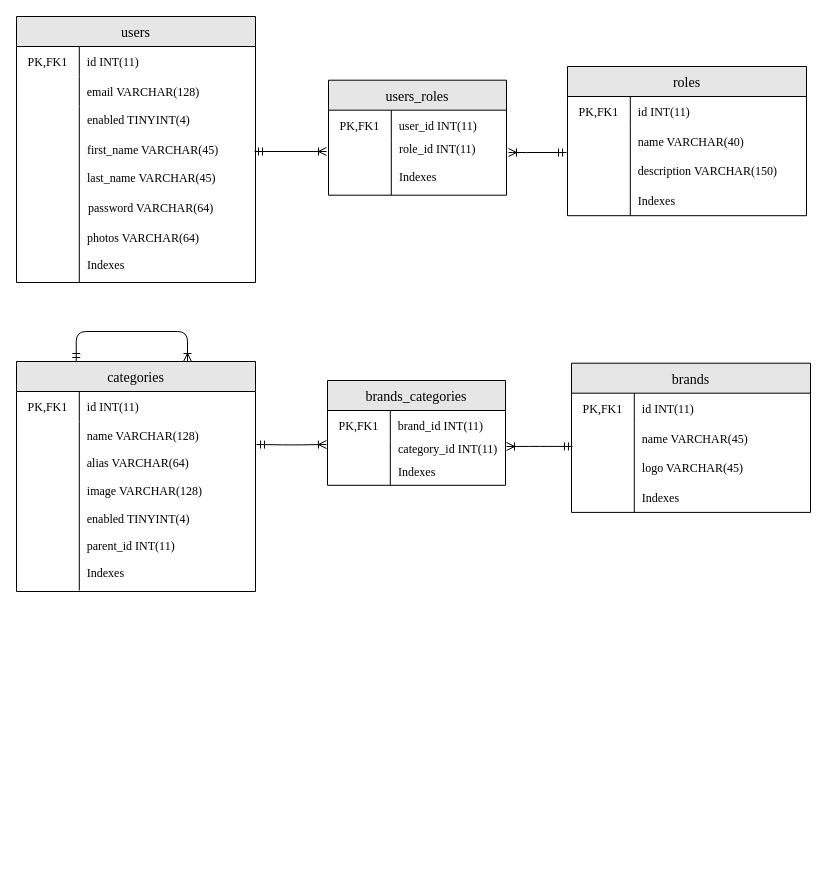
This is page "Admin-ER-01" (2 of 2) of 03-Solution Design/02-Use Case, Classes, Database/ER Diagram.drawio from Chufeng-Jiang/Java_SpringBoot_DubaiShop_E-Commerce, a draw.io file, before an edit. Source tidied: cells renumbered, new cells numbered last; positions are measured from the earlier drawing's top-left corner, leaving out a move shared by most shapes. Both pictures are drawn from the tidied source at 100%, with x=0, y=0 at pixel (16, 16).
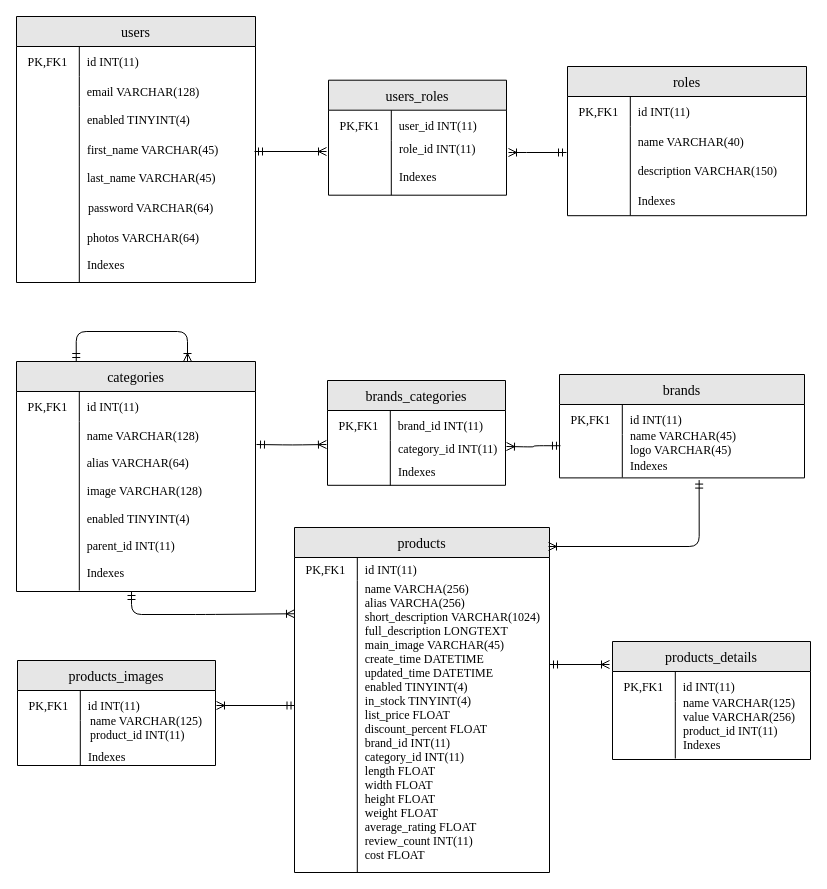
The same page after the edit.

Commit message (it also covers changes not shown here):
Add ER-Product Module

Diff of the diagram source:
```diff
@@
     <mxCell id="70" style="group;" parent="1" vertex="1">
-      <mxGeometry x="555" y="346.7" width="239" height="149.2" as="geometry" />
+      <mxGeometry x="560" y="356" width="245" height="101" as="geometry" />
     </mxCell>
     <mxCell id="71" value="brands" style="shape=table;startSize=30;childLayout=tableLayout;rowLines=0;fontStyle=0;align=center;labelBackgroundColor=none;fontFamily=Times New Roman;fontSize=14;fillColor=#E6E6E6;" parent="70" vertex="1">
-      <mxGeometry width="239" height="149.2" as="geometry" />
+      <mxGeometry x="-17" y="2" width="245" height="103.4" as="geometry" />
     </mxCell>
     <mxCell id="72" style="shape=tableRow;horizontal=0;startSize=0;swimlaneHead=0;swimlaneBody=0;fillColor=none;top=0;left=0;right=0;bottom=0;labelBackgroundColor=none;fontFamily=Times New Roman;" parent="71" vertex="1">
-      <mxGeometry y="30" width="239" height="30" as="geometry" />
+      <mxGeometry y="30" width="245" height="30" as="geometry" />
     </mxCell>
@@
     <mxCell id="74" value="id INT(11) " style="shape=partialRectangle;fillColor=none;top=0;left=0;bottom=0;right=0;align=left;spacingLeft=6;fontStyle=0;overflow=hidden;labelBackgroundColor=none;fontFamily=Times New Roman;" parent="72" vertex="1">
-      <mxGeometry x="62.8" width="176.2" height="30" as="geometry" />
+      <mxGeometry x="62.8" width="182.2" height="30" as="geometry" />
     </mxCell>
     <mxCell id="75" style="shape=tableRow;horizontal=0;startSize=0;swimlaneHead=0;swimlaneBody=0;fillColor=none;points=[[0,0.5],[1,0.5]];portConstraint=eastwest;top=0;left=0;right=0;bottom=0;labelBackgroundColor=none;fontFamily=Times New Roman;" parent="71" vertex="1">
-      <mxGeometry y="60" width="239" height="89" as="geometry" />
+      <mxGeometry y="60" width="245" height="43" as="geometry" />
     </mxCell>
     <mxCell id="76" style="shape=partialRectangle;fillColor=none;top=0;left=0;bottom=0;right=0;overflow=hidden;labelBackgroundColor=none;fontFamily=Times New Roman;" parent="75" vertex="1">
-      <mxGeometry width="62.8" height="89" as="geometry" />
+      <mxGeometry width="62.8" height="43" as="geometry" />
     </mxCell>
     <mxCell id="77" style="shape=partialRectangle;fillColor=none;top=0;left=0;bottom=0;right=0;align=left;spacingLeft=6;overflow=hidden;labelBackgroundColor=none;fontFamily=Times New Roman;" parent="75" vertex="1">
-      <mxGeometry x="62.8" width="176.2" height="89" as="geometry" />
+      <mxGeometry x="62.8" width="182.2" height="43" as="geometry" />
     </mxCell>
+    <mxCell id="80" value="Indexes" style="shape=partialRectangle;fillColor=none;top=0;left=0;bottom=0;right=0;align=left;spacingLeft=6;fontStyle=0;overflow=hidden;labelBackgroundColor=none;fontFamily=Times New Roman;" parent="70" vertex="1">
+      <mxGeometry x="46" y="82.8" width="177.7" height="20.2" as="geometry" />
+    </mxCell>
-    <mxCell id="78" value="name VARCHAR(45)" style="shape=partialRectangle;fillColor=none;top=0;left=0;bottom=0;right=0;align=left;spacingLeft=6;fontStyle=0;overflow=hidden;labelBackgroundColor=none;fontFamily=Times New Roman;" parent="70" vertex="1">
-      <mxGeometry x="62.8" y="60" width="176.2" height="30" as="geometry" />
+    <mxCell id="78" value="name VARCHAR(45)&#10;logo VARCHAR(45)" style="shape=partialRectangle;fillColor=none;top=0;left=0;bottom=0;right=0;align=left;spacingLeft=6;fontStyle=0;overflow=hidden;labelBackgroundColor=none;fontFamily=Times New Roman;" parent="70" vertex="1">
+      <mxGeometry x="46" y="55" width="174.7" height="30.3" as="geometry" />
     </mxCell>
-    <mxCell id="79" value="logo VARCHAR(45)" style="shape=partialRectangle;fillColor=none;top=0;left=0;bottom=0;right=0;align=left;spacingLeft=6;fontStyle=0;overflow=hidden;labelBackgroundColor=none;fontFamily=Times New Roman;" parent="70" vertex="1">
-      <mxGeometry x="62.8" y="89" width="176.2" height="30" as="geometry" />
-    </mxCell>
-    <mxCell id="80" value="Indexes" style="shape=partialRectangle;fillColor=none;top=0;left=0;bottom=0;right=0;align=left;spacingLeft=6;fontStyle=0;overflow=hidden;labelBackgroundColor=none;fontFamily=Times New Roman;" parent="70" vertex="1">
-      <mxGeometry x="62.8" y="119" width="176.2" height="30" as="geometry" />
-    </mxCell>
@@
+    <mxCell id="83" value="products" style="shape=table;startSize=30;childLayout=tableLayout;rowLines=0;fontStyle=0;align=center;labelBackgroundColor=none;fontFamily=Times New Roman;fontSize=14;fillColor=#E6E6E6;" parent="1" vertex="1">
+      <mxGeometry x="278" y="511" width="255" height="345" as="geometry" />
+    </mxCell>
+    <mxCell id="84" style="shape=tableRow;horizontal=0;startSize=0;swimlaneHead=0;swimlaneBody=0;fillColor=none;top=0;left=0;right=0;bottom=0;labelBackgroundColor=none;fontFamily=Times New Roman;" parent="83" vertex="1">
+      <mxGeometry y="30" width="255" height="23" as="geometry" />
+    </mxCell>
+    <mxCell id="85" value="PK,FK1" style="shape=partialRectangle;fillColor=none;top=0;left=0;bottom=0;right=0;fontStyle=0;overflow=hidden;labelBackgroundColor=none;fontFamily=Times New Roman;" parent="84" vertex="1">
+      <mxGeometry width="62.8" height="23" as="geometry" />
+    </mxCell>
+    <mxCell id="86" value="id INT(11) " style="shape=partialRectangle;fillColor=none;top=0;left=0;bottom=0;right=0;align=left;spacingLeft=6;fontStyle=0;overflow=hidden;labelBackgroundColor=none;fontFamily=Times New Roman;" parent="84" vertex="1">
+      <mxGeometry x="62.8" width="192.2" height="23" as="geometry" />
+    </mxCell>
+    <mxCell id="87" style="shape=tableRow;horizontal=0;startSize=0;swimlaneHead=0;swimlaneBody=0;fillColor=none;points=[[0,0.5],[1,0.5]];portConstraint=eastwest;top=0;left=0;right=0;bottom=0;labelBackgroundColor=none;fontFamily=Times New Roman;" parent="83" vertex="1">
+      <mxGeometry y="53" width="255" height="292" as="geometry" />
+    </mxCell>
+    <mxCell id="88" style="shape=partialRectangle;fillColor=none;top=0;left=0;bottom=0;right=0;overflow=hidden;labelBackgroundColor=none;fontFamily=Times New Roman;" parent="87" vertex="1">
+      <mxGeometry width="62.8" height="292" as="geometry" />
+    </mxCell>
+    <mxCell id="89" value="name VARCHA(256)&#10;alias VARCHA(256)&#10;short_description VARCHAR(1024)&#10;full_description LONGTEXT&#10;main_image VARCHAR(45)&#10;create_time DATETIME&#10;updated_time DATETIME&#10;enabled TINYINT(4)&#10;in_stock TINYINT(4)&#10;list_price FLOAT&#10;discount_percent FLOAT&#10;brand_id INT(11)&#10;category_id INT(11)&#10;length FLOAT&#10;width FLOAT&#10;height FLOAT&#10;weight FLOAT&#10;average_rating FLOAT&#10;review_count INT(11)&#10;cost FLOAT&#10;&#10;" style="shape=partialRectangle;fillColor=none;top=0;left=0;bottom=0;right=0;align=left;spacingLeft=6;overflow=hidden;labelBackgroundColor=none;fontFamily=Times New Roman;" parent="87" vertex="1">
+      <mxGeometry x="62.8" width="192.2" height="292" as="geometry" />
+    </mxCell>
+    <mxCell id="90" style="edgeStyle=orthogonalEdgeStyle;html=1;endArrow=ERoneToMany;startArrow=ERmandOne;labelBackgroundColor=none;fontFamily=Verdana;fontSize=14;entryX=0;entryY=0.25;entryDx=0;entryDy=0;" parent="1" edge="1" target="83">
+      <mxGeometry relative="1" as="geometry">
+        <mxPoint x="115" y="575" as="sourcePoint" />
+        <Array as="points">
+          <mxPoint x="115" y="598" />
+          <mxPoint x="189" y="598" />
+          <mxPoint x="294" y="597" />
+        </Array>
+      </mxGeometry>
+    </mxCell>
+    <mxCell id="91" style="edgeStyle=orthogonalEdgeStyle;html=1;endArrow=ERoneToMany;startArrow=ERmandOne;labelBackgroundColor=none;fontFamily=Verdana;fontSize=14;exitX=0.57;exitY=1.06;exitDx=0;exitDy=0;exitPerimeter=0;" parent="1" edge="1" source="75">
+      <mxGeometry relative="1" as="geometry">
+        <mxPoint x="532" y="530" as="targetPoint" />
+        <Array as="points">
+          <mxPoint x="683" y="530" />
+        </Array>
+      </mxGeometry>
+    </mxCell>
+    <mxCell id="92" style="group;" parent="1" vertex="1">
+      <mxGeometry x="1" y="644" width="198" height="114.7" as="geometry" />
+    </mxCell>
+    <mxCell id="93" value="products_images" style="shape=table;startSize=30;childLayout=tableLayout;rowLines=0;fontStyle=0;align=center;labelBackgroundColor=none;fontFamily=Times New Roman;fontSize=14;fillColor=#E6E6E6;" parent="92" vertex="1">
+      <mxGeometry width="198" height="105" as="geometry" />
+    </mxCell>
+    <mxCell id="94" style="shape=tableRow;horizontal=0;startSize=0;swimlaneHead=0;swimlaneBody=0;fillColor=none;top=0;left=0;right=0;bottom=0;labelBackgroundColor=none;fontFamily=Times New Roman;" parent="93" vertex="1">
+      <mxGeometry y="30" width="198" height="30" as="geometry" />
+    </mxCell>
+    <mxCell id="95" value="PK,FK1" style="shape=partialRectangle;fillColor=none;top=0;left=0;bottom=0;right=0;fontStyle=0;overflow=hidden;labelBackgroundColor=none;fontFamily=Times New Roman;" parent="94" vertex="1">
+      <mxGeometry width="62.8" height="30" as="geometry" />
+    </mxCell>
+    <mxCell id="96" value="id INT(11) " style="shape=partialRectangle;fillColor=none;top=0;left=0;bottom=0;right=0;align=left;spacingLeft=6;fontStyle=0;overflow=hidden;labelBackgroundColor=none;fontFamily=Times New Roman;" parent="94" vertex="1">
+      <mxGeometry x="62.8" width="135.2" height="30" as="geometry" />
+    </mxCell>
+    <mxCell id="97" style="shape=tableRow;horizontal=0;startSize=0;swimlaneHead=0;swimlaneBody=0;fillColor=none;top=0;left=0;right=0;bottom=0;labelBackgroundColor=none;fontFamily=Times New Roman;" parent="93" vertex="1">
+      <mxGeometry y="60" width="198" height="45" as="geometry" />
+    </mxCell>
+    <mxCell id="98" style="shape=partialRectangle;fillColor=none;top=0;left=0;bottom=0;right=0;overflow=hidden;labelBackgroundColor=none;fontFamily=Times New Roman;" parent="97" vertex="1">
+      <mxGeometry width="62.8" height="45" as="geometry" />
+    </mxCell>
+    <mxCell id="99" style="shape=partialRectangle;fillColor=none;top=0;left=0;bottom=0;right=0;align=left;spacingLeft=6;overflow=hidden;labelBackgroundColor=none;fontFamily=Times New Roman;" parent="97" vertex="1">
+      <mxGeometry x="62.8" width="135.2" height="45" as="geometry" />
+    </mxCell>
+    <mxCell id="100" value="name VARCHAR(125)&#10;product_id INT(11)&#10;" style="shape=partialRectangle;fillColor=none;top=0;left=0;bottom=0;right=0;align=left;spacingLeft=6;fontStyle=0;overflow=hidden;labelBackgroundColor=none;fontFamily=Times New Roman;" parent="92" vertex="1">
+      <mxGeometry x="65" y="52.4" width="127" height="31" as="geometry" />
+    </mxCell>
+    <mxCell id="101" value="Indexes" style="shape=partialRectangle;fillColor=none;top=0;left=0;bottom=0;right=0;align=left;spacingLeft=6;fontStyle=0;overflow=hidden;labelBackgroundColor=none;fontFamily=Times New Roman;" parent="92" vertex="1">
+      <mxGeometry x="63" y="83.3" width="112" height="24.6" as="geometry" />
+    </mxCell>
+    <mxCell id="102" style="edgeStyle=orthogonalEdgeStyle;html=1;endArrow=ERoneToMany;startArrow=ERmandOne;labelBackgroundColor=none;fontFamily=Verdana;fontSize=14;exitX=0.002;exitY=0.429;exitDx=0;exitDy=0;exitPerimeter=0;" parent="1" edge="1" source="87">
+      <mxGeometry relative="1" as="geometry">
+        <mxPoint x="200" y="689" as="targetPoint" />
+        <Array as="points">
+          <mxPoint x="200" y="689" />
+        </Array>
+      </mxGeometry>
+    </mxCell>
+    <mxCell id="103" style="group;" parent="1" vertex="1">
+      <mxGeometry x="596" y="625" width="198" height="133" as="geometry" />
+    </mxCell>
+    <mxCell id="104" value="products_details" style="shape=table;startSize=30;childLayout=tableLayout;rowLines=0;fontStyle=0;align=center;labelBackgroundColor=none;fontFamily=Times New Roman;fontSize=14;fillColor=#E6E6E6;" parent="103" vertex="1">
+      <mxGeometry width="198" height="118" as="geometry" />
+    </mxCell>
+    <mxCell id="105" style="shape=tableRow;horizontal=0;startSize=0;swimlaneHead=0;swimlaneBody=0;fillColor=none;top=0;left=0;right=0;bottom=0;labelBackgroundColor=none;fontFamily=Times New Roman;" parent="104" vertex="1">
+      <mxGeometry y="30" width="198" height="30" as="geometry" />
+    </mxCell>
+    <mxCell id="106" value="PK,FK1" style="shape=partialRectangle;fillColor=none;top=0;left=0;bottom=0;right=0;fontStyle=0;overflow=hidden;labelBackgroundColor=none;fontFamily=Times New Roman;" parent="105" vertex="1">
+      <mxGeometry width="62.8" height="30" as="geometry" />
+    </mxCell>
+    <mxCell id="107" value="id INT(11) " style="shape=partialRectangle;fillColor=none;top=0;left=0;bottom=0;right=0;align=left;spacingLeft=6;fontStyle=0;overflow=hidden;labelBackgroundColor=none;fontFamily=Times New Roman;" parent="105" vertex="1">
+      <mxGeometry x="62.8" width="135.2" height="30" as="geometry" />
+    </mxCell>
+    <mxCell id="108" style="shape=tableRow;horizontal=0;startSize=0;swimlaneHead=0;swimlaneBody=0;fillColor=none;top=0;left=0;right=0;bottom=0;labelBackgroundColor=none;fontFamily=Times New Roman;" parent="104" vertex="1">
+      <mxGeometry y="60" width="198" height="57" as="geometry" />
+    </mxCell>
+    <mxCell id="109" style="shape=partialRectangle;fillColor=none;top=0;left=0;bottom=0;right=0;overflow=hidden;labelBackgroundColor=none;fontFamily=Times New Roman;" parent="108" vertex="1">
+      <mxGeometry width="62.8" height="57" as="geometry" />
+    </mxCell>
+    <mxCell id="110" style="shape=partialRectangle;fillColor=none;top=0;left=0;bottom=0;right=0;align=left;spacingLeft=6;overflow=hidden;labelBackgroundColor=none;fontFamily=Times New Roman;" parent="108" vertex="1">
+      <mxGeometry x="62.8" width="135.2" height="57" as="geometry" />
+    </mxCell>
+    <mxCell id="111" value="name VARCHAR(125)&#10;value VARCHAR(256)&#10;product_id INT(11)&#10;" style="shape=partialRectangle;fillColor=none;top=0;left=0;bottom=0;right=0;align=left;spacingLeft=6;fontStyle=0;overflow=hidden;labelBackgroundColor=none;fontFamily=Times New Roman;" parent="103" vertex="1">
+      <mxGeometry x="63" y="53" width="131" height="47.6" as="geometry" />
+    </mxCell>
+    <mxCell id="112" value="Indexes" style="shape=partialRectangle;fillColor=none;top=0;left=0;bottom=0;right=0;align=left;spacingLeft=6;fontStyle=0;overflow=hidden;labelBackgroundColor=none;fontFamily=Times New Roman;" parent="103" vertex="1">
+      <mxGeometry x="63" y="91" width="112" height="24.6" as="geometry" />
+    </mxCell>
+    <mxCell id="113" style="edgeStyle=orthogonalEdgeStyle;html=1;endArrow=ERoneToMany;startArrow=ERmandOne;labelBackgroundColor=none;fontFamily=Verdana;fontSize=14;" parent="1" edge="1">
+      <mxGeometry relative="1" as="geometry">
+        <mxPoint x="533" y="648" as="sourcePoint" />
+        <mxPoint x="593" y="648" as="targetPoint" />
+        <Array as="points">
+          <mxPoint x="533" y="648" />
+        </Array>
+      </mxGeometry>
+    </mxCell>
```
